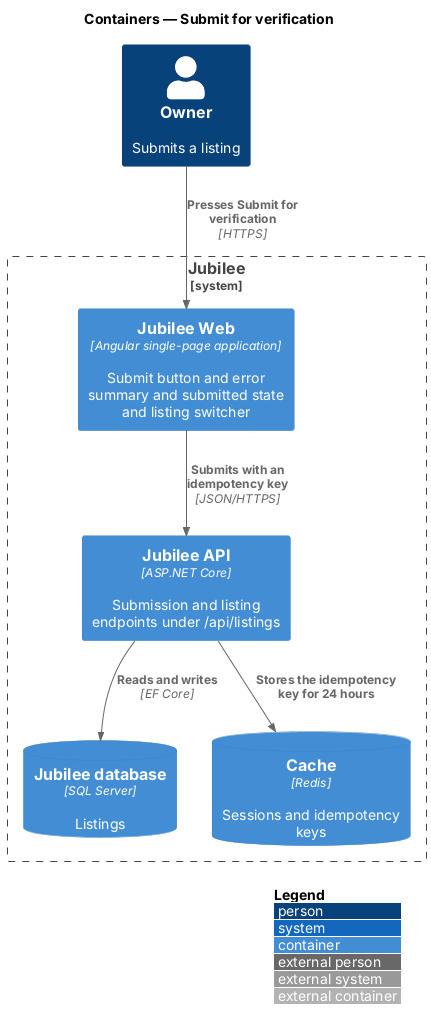
Before: docs/detailed-designs/onboarding/submit-for-verification/diagrams/c4-container.png, a diagram exported from PlantUML (QuinntyneBrown/jubilee).
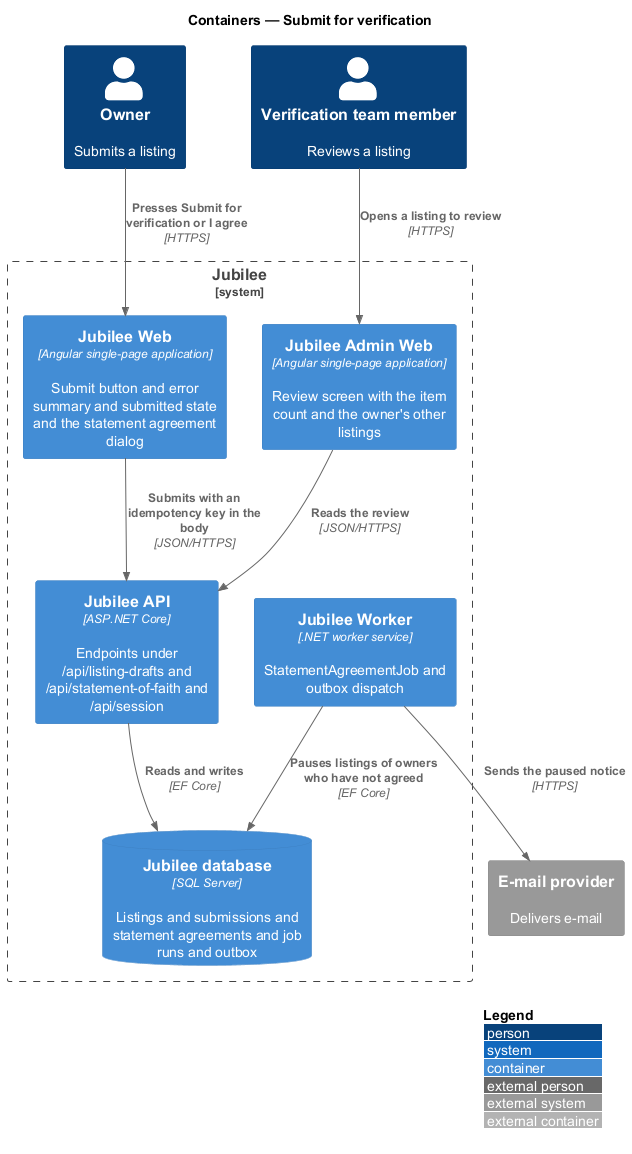
The same file after the commit.

What changed in the source:
```diff
@@ -4,14 +4,20 @@
 title Containers — Submit for verification
 
 Person(owner, "Owner", "Submits a listing")
+Person(verifier, "Verification team member", "Reviews a listing")
+System_Ext(email, "E-mail provider", "Delivers e-mail")
 System_Boundary(jubilee, "Jubilee") {
-  Container(web, "Jubilee Web", "Angular single-page application", "Submit button and error summary and submitted state and listing switcher")
-  Container(api, "Jubilee API", "ASP.NET Core", "Submission and listing endpoints under /api/listings")
-  ContainerDb(db, "Jubilee database", "SQL Server", "Listings")
-  ContainerDb(cache, "Cache", "Redis", "Sessions and idempotency keys")
+  Container(web, "Jubilee Web", "Angular single-page application", "Submit button and error summary and submitted state and the statement agreement dialog")
+  Container(admin, "Jubilee Admin Web", "Angular single-page application", "Review screen with the item count and the owner's other listings")
+  Container(api, "Jubilee API", "ASP.NET Core", "Endpoints under /api/listing-drafts and /api/statement-of-faith and /api/session")
+  Container(worker, "Jubilee Worker", ".NET worker service", "StatementAgreementJob and outbox dispatch")
+  ContainerDb(db, "Jubilee database", "SQL Server", "Listings and submissions and statement agreements and job runs and outbox")
 }
-Rel(owner, web, "Presses Submit for verification", "HTTPS")
-Rel(web, api, "Submits with an idempotency key", "JSON/HTTPS")
+Rel(owner, web, "Presses Submit for verification or I agree", "HTTPS")
+Rel(verifier, admin, "Opens a listing to review", "HTTPS")
+Rel(web, api, "Submits with an idempotency key in the body", "JSON/HTTPS")
+Rel(admin, api, "Reads the review", "JSON/HTTPS")
 Rel(api, db, "Reads and writes", "EF Core")
-Rel(api, cache, "Stores the idempotency key for 24 hours")
+Rel(worker, db, "Pauses listings of owners who have not agreed", "EF Core")
+Rel(worker, email, "Sends the paused notice", "HTTPS")
 @enduml
```
